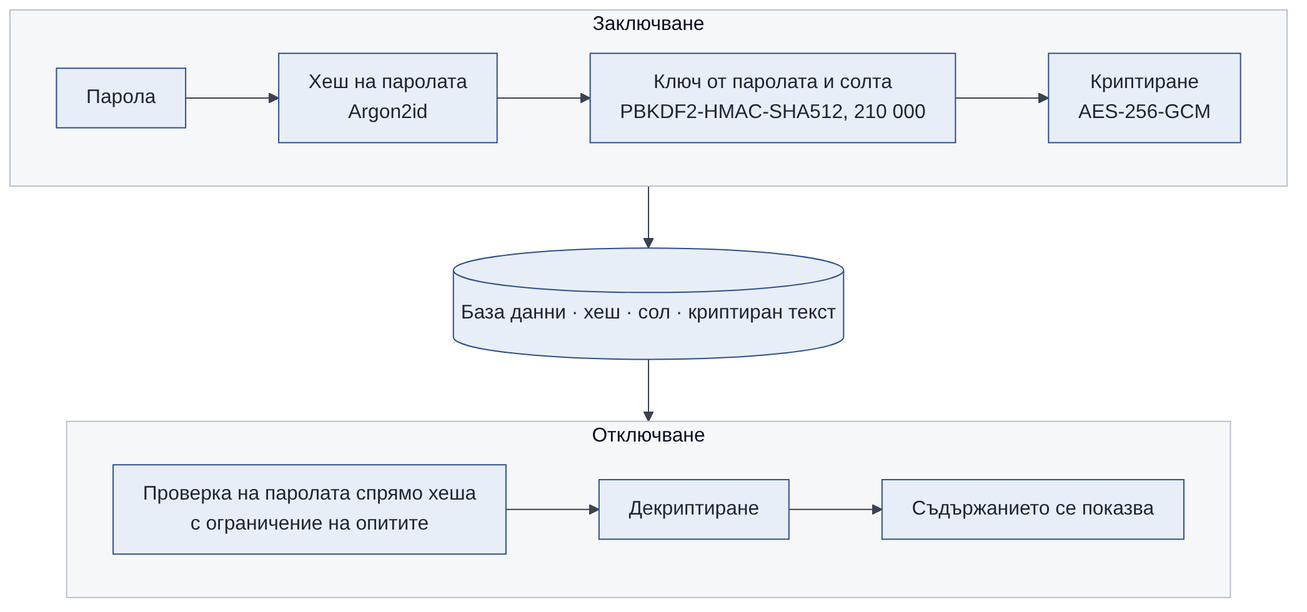
tuncheva/KAIROS keeps this Mermaid diagram as docs/diploma/diagrams/out/16-note-lock.png. Above is the earlier version. Its source is kept beside it as docs/diploma/diagrams/src/16-note-lock.mmd.
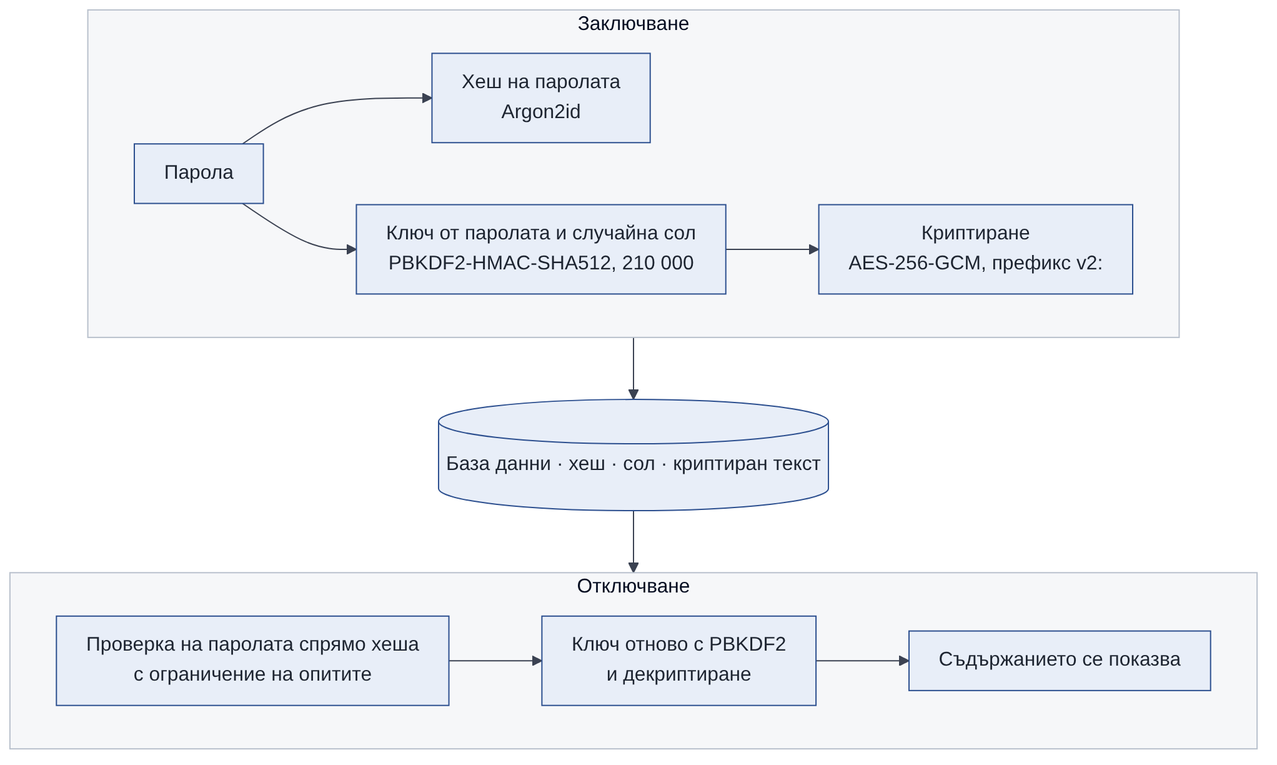
Later version of the same file.

Diff of the diagram source:
```diff
@@ -1,11 +1,12 @@
 flowchart TB
   subgraph LOCK["Заключване"]
     direction LR
-    l1["Парола"] --> l2["Хеш на паролата<br>Argon2id"] --> l3["Ключ от паролата и солта<br>PBKDF2-HMAC-SHA512, 210 000"] --> l4["Криптиране<br>AES-256-GCM"]
+    l1["Парола"] --> l2["Хеш на паролата<br>Argon2id"]
+    l1 --> l3["Ключ от паролата и случайна сол<br>PBKDF2-HMAC-SHA512, 210 000"] --> l4["Криптиране<br>AES-256-GCM, префикс v2:"]
   end
   db[("База данни · хеш · сол · криптиран текст")]
   subgraph UNLOCK["Отключване"]
     direction LR
-    u1["Проверка на паролата спрямо хеша<br>с ограничение на опитите"] --> u2["Декриптиране"] --> u3["Съдържанието се показва"]
+    u1["Проверка на паролата спрямо хеша<br>с ограничение на опитите"] --> u2["Ключ отново с PBKDF2<br>и декриптиране"] --> u3["Съдържанието се показва"]
   end
   LOCK --> db --> UNLOCK
```
